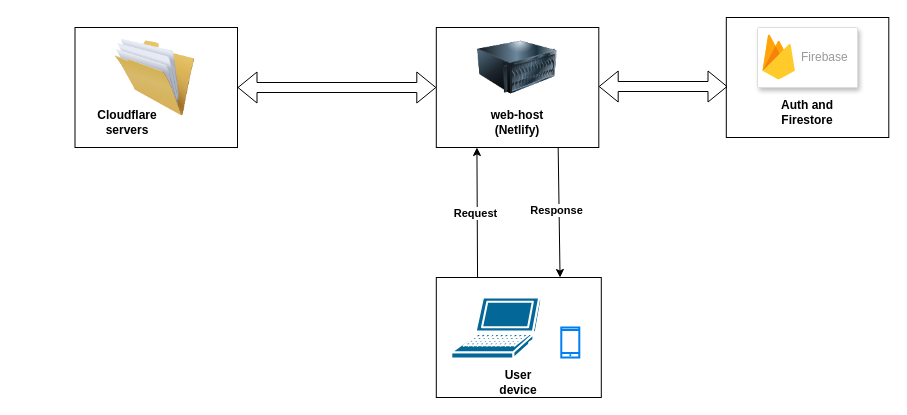
Above: page "current setup" (1 of 2) of library-app.drawio in appsparkler/draw.io (draw.io), before the change. Source tidied: cells renumbered, new cells numbered last; positions are measured from the earlier drawing's top-left corner, leaving out a move shared by most shapes. Both pictures are drawn from the tidied source at 100%, with x=0, y=0 at pixel (75, 17).
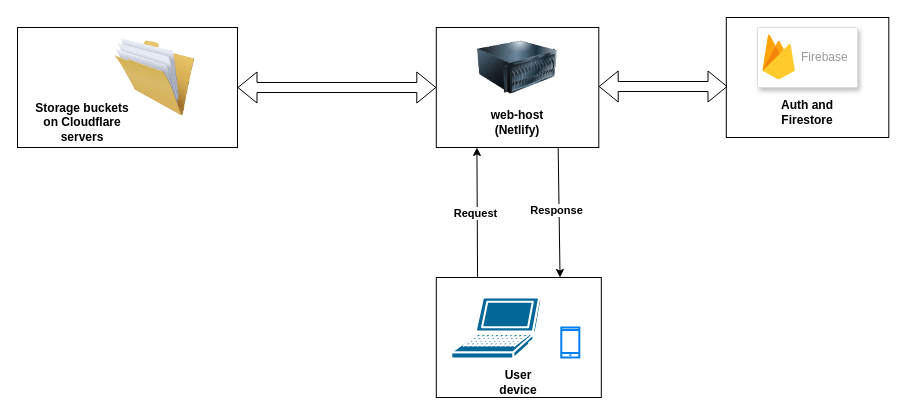
After the change.

Diff of the diagram source:
```diff
@@
     <mxCell id="4" style="rounded=0;whiteSpace=wrap;html=1;" parent="1" vertex="1">
-      <mxGeometry x="-0.5" y="10" width="162.5" height="120" as="geometry" />
+      <mxGeometry x="-58" y="10" width="220" height="120" as="geometry" />
     </mxCell>
@@
-    <mxCell id="10" value="Cloudflare servers" style="text;html=1;whiteSpace=wrap;strokeColor=none;fillColor=none;align=center;verticalAlign=middle;rounded=0;fontStyle=1;" parent="1" vertex="1">
-      <mxGeometry x="22" y="90" width="60" height="30" as="geometry" />
+    <mxCell id="10" value="Storage buckets on Cloudflare servers" style="text;html=1;whiteSpace=wrap;strokeColor=none;fillColor=none;align=center;verticalAlign=middle;rounded=0;fontStyle=1;" parent="1" vertex="1">
+      <mxGeometry x="-48" y="90" width="110" height="30" as="geometry" />
     </mxCell>
```
